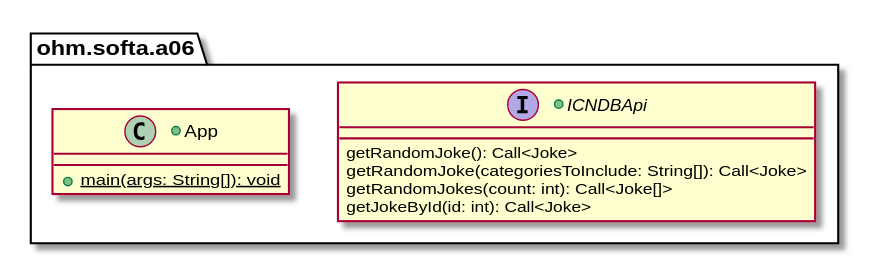
studium-nicog/softa-06-annotations-reflection keeps this PlantUML diagram as assets/images/RetrofitAdapter.svg. Above is the earlier version.
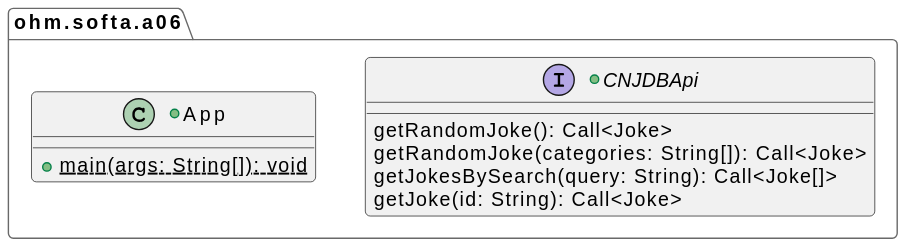
The same diagram one commit later.

The edit, as a diff of the source:
```diff
@@ -1,17 +1,16 @@
-@startuml RetrofitAdapter
+@startuml
+!theme vibrant
+package ohm.softa.a06 as P1 {
 
-package ohm.softa.a06 {
-
-    +interface ICNDBApi {
+    +interface CNJDBApi {
         getRandomJoke(): Call<Joke>
-        getRandomJoke(categoriesToInclude: String[]): Call<Joke>
-        getRandomJokes(count: int): Call<Joke[]>
-        getJokeById(id: int): Call<Joke>
+        getRandomJoke(categories: String[]): Call<Joke>
+        getJokesBySearch(query: String): Call<Joke[]>
+        getJoke(id: String): Call<Joke>
     }
 
     +class App {
         +{static} main(args: String[]): void
     }
 }
-
 @enduml
```
